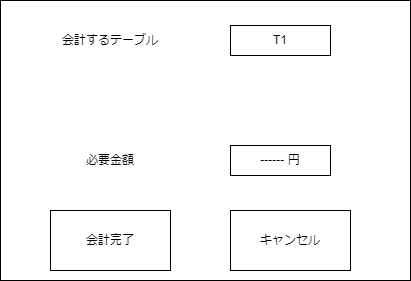
Above: psp4/画面項目図_会計画面.drawio.png in MasakiHiguchi/--- (draw.io), before the change. Source tidied: cells renumbered, new cells last; positions are measured from the earlier drawing's top-left corner, leaving out a move shared by most shapes.
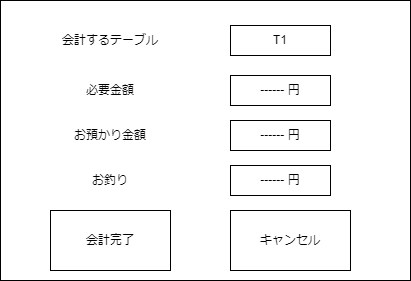
The same file after the commit.

Commit message:
おつりが出せるようにしました

The edit, as a diff of the source:
```diff
@@ -12,10 +12,10 @@
       <mxGeometry x="20" y="10" width="180" height="60" as="geometry" />
     </mxCell>
     <mxCell id="5" value="必要金額" style="rounded=0;whiteSpace=wrap;html=1;opacity=0;" parent="1" vertex="1">
-      <mxGeometry x="20" y="130" width="180" height="60" as="geometry" />
+      <mxGeometry x="20" y="60" width="180" height="60" as="geometry" />
     </mxCell>
     <mxCell id="6" value="------ 円" style="rounded=0;whiteSpace=wrap;html=1;" parent="1" vertex="1">
-      <mxGeometry x="230" y="145" width="100" height="30" as="geometry" />
+      <mxGeometry x="230" y="75" width="100" height="30" as="geometry" />
     </mxCell>
     <mxCell id="7" value="会計完了" style="rounded=0;whiteSpace=wrap;html=1;" parent="1" vertex="1">
       <mxGeometry x="50" y="210" width="120" height="60" as="geometry" />
@@ -23,5 +23,17 @@
     <mxCell id="8" value="キャンセル" style="rounded=0;whiteSpace=wrap;html=1;" parent="1" vertex="1">
       <mxGeometry x="230" y="210" width="120" height="60" as="geometry" />
     </mxCell>
+    <mxCell id="9" value="お預かり金額" style="rounded=0;whiteSpace=wrap;html=1;opacity=0;" parent="1" vertex="1">
+      <mxGeometry x="20" y="105" width="180" height="60" as="geometry" />
+    </mxCell>
+    <mxCell id="10" value="------ 円" style="rounded=0;whiteSpace=wrap;html=1;" parent="1" vertex="1">
+      <mxGeometry x="230" y="120" width="100" height="30" as="geometry" />
+    </mxCell>
+    <mxCell id="11" value="------ 円" style="rounded=0;whiteSpace=wrap;html=1;" parent="1" vertex="1">
+      <mxGeometry x="230" y="165" width="100" height="30" as="geometry" />
+    </mxCell>
+    <mxCell id="12" value="お釣り" style="rounded=0;whiteSpace=wrap;html=1;opacity=0;" parent="1" vertex="1">
+      <mxGeometry x="20" y="150" width="180" height="60" as="geometry" />
+    </mxCell>
   </root>
 </mxGraphModel>
```
